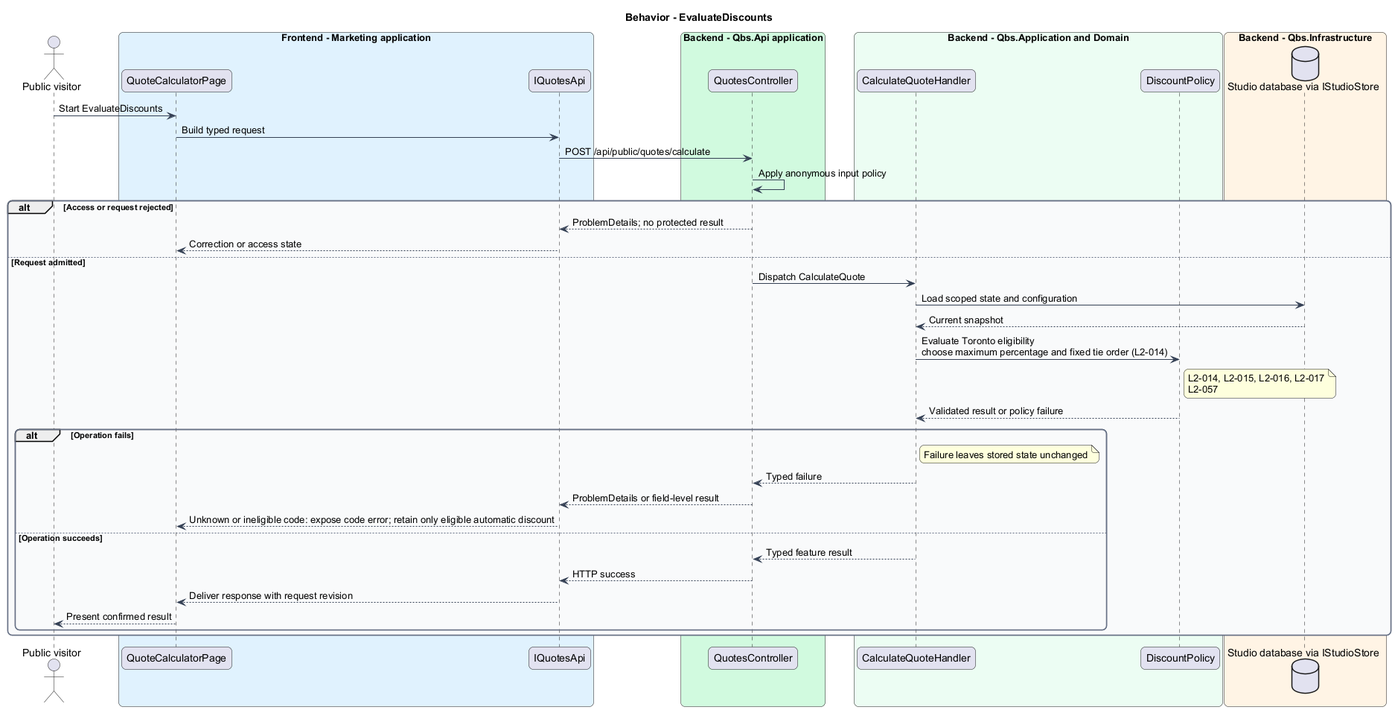
The PlantUML diagram docs/detailed-designs/quotations/apply-discounts/diagrams/sequence-evaluate-discounts.png in QuinntyneBrown/quinntyne-brown-studio, before a commit.
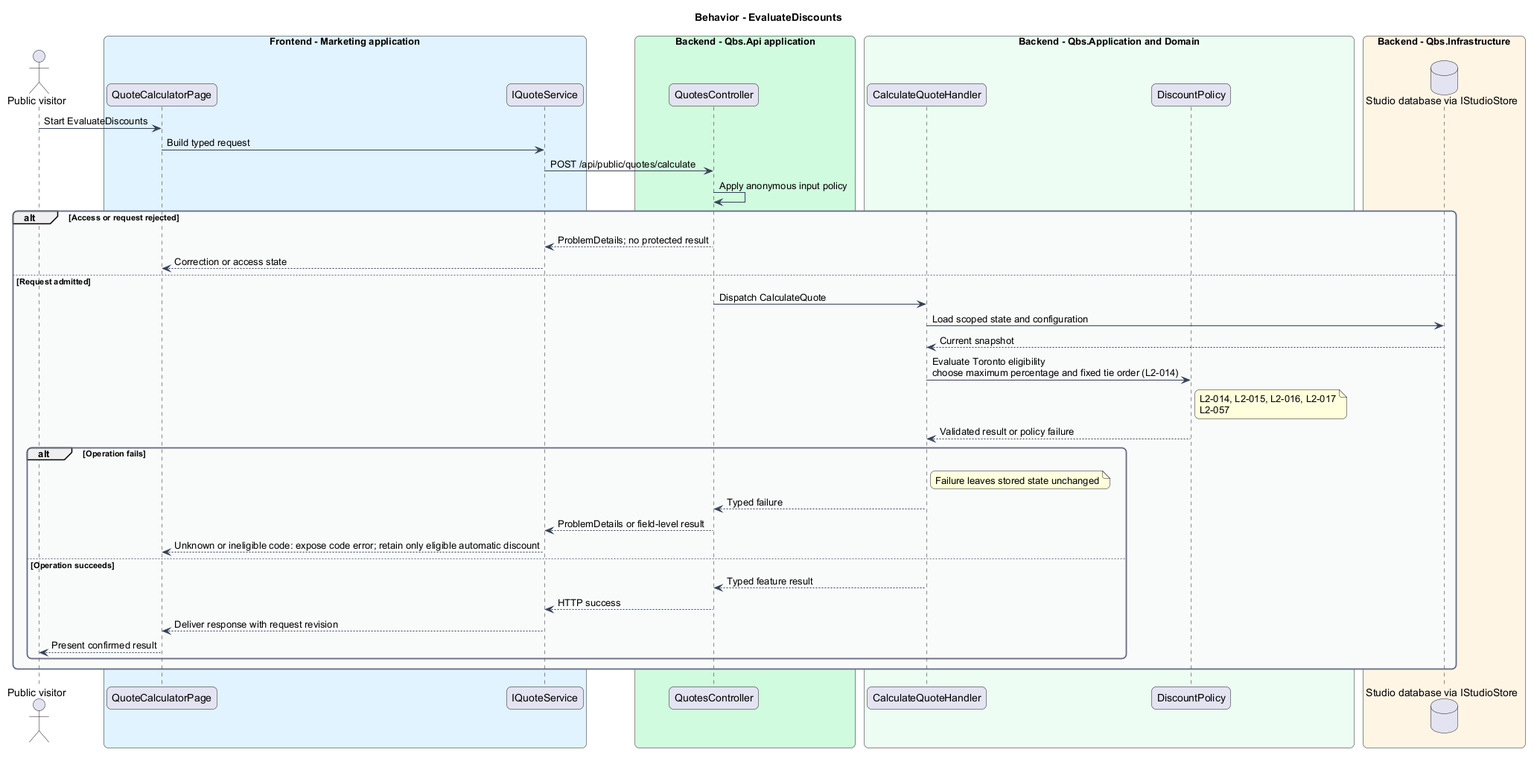
After the change.

The edit, as a diff of the source:
```diff
@@ -17,7 +17,7 @@
 actor "Public visitor" as actor
 box "Frontend - Marketing application" #E0F2FE
  participant "QuoteCalculatorPage" as page
- participant "IQuotesApi" as client
+ participant "IQuoteService" as client
 end box
 box "Backend - Qbs.Api application" #D1FADF
  participant "QuotesController" as controller
```
